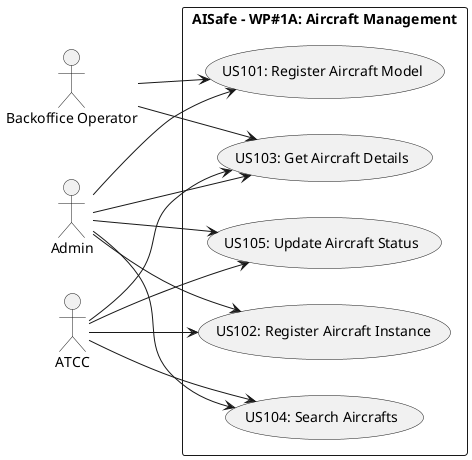
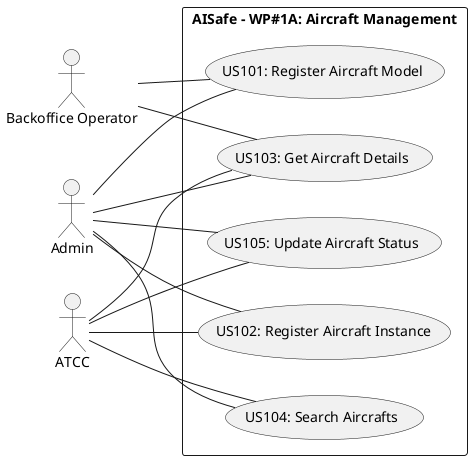
@startuml
left to right direction
skinparam packageStyle rectangle

actor "Admin" as Admin
actor "Backoffice Operator" as BO
actor "ATCC" as ATCC

package "AISafe - WP#1A: Aircraft Management" {
    usecase "US101: Register Aircraft Model" as UC101
    usecase "US102: Register Aircraft Instance" as UC102
    usecase "US103: Get Aircraft Details" as UC103
    usecase "US104: Search Aircrafts" as UC104
    usecase "US105: Update Aircraft Status" as UC105
}


- BO --> UC101
- Admin --> UC101
+ BO -- UC101
+ Admin -- UC101

- ATCC --> UC102
- Admin --> UC102
+ ATCC -- UC102
+ Admin -- UC102

- ATCC --> UC103
- BO --> UC103
- Admin --> UC103
+ ATCC -- UC103
+ BO -- UC103
+ Admin -- UC103

- ATCC --> UC104
- Admin --> UC104
+ ATCC -- UC104
+ Admin -- UC104

- ATCC --> UC105
- Admin --> UC105
+ ATCC -- UC105
+ Admin -- UC105

@enduml